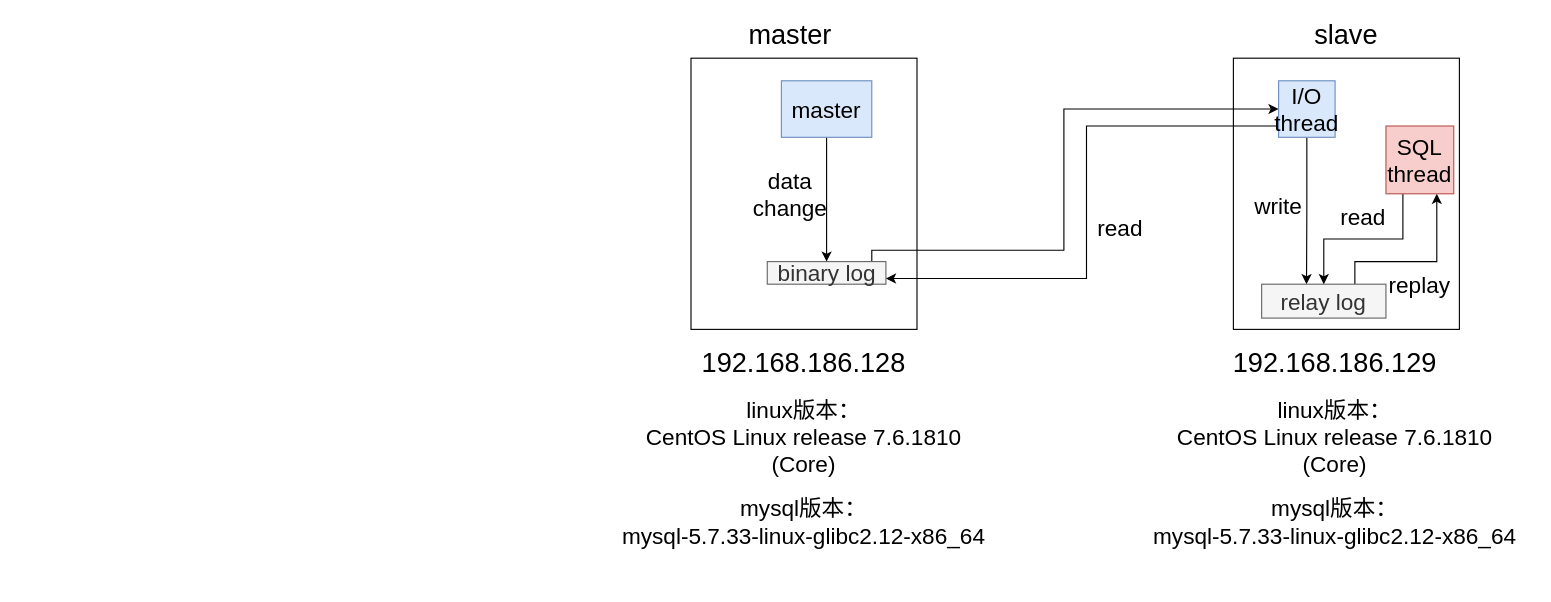
This is Untitled Diagram.drawio from wupei-w/diagrams, a draw.io file, before an edit. Source tidied: cells renumbered, new cells numbered last; positions are measured from the earlier drawing's top-left corner, leaving out a move shared by most shapes. Both pictures are drawn from the tidied source at 113%, with x=0, y=0 at pixel (555, 24).
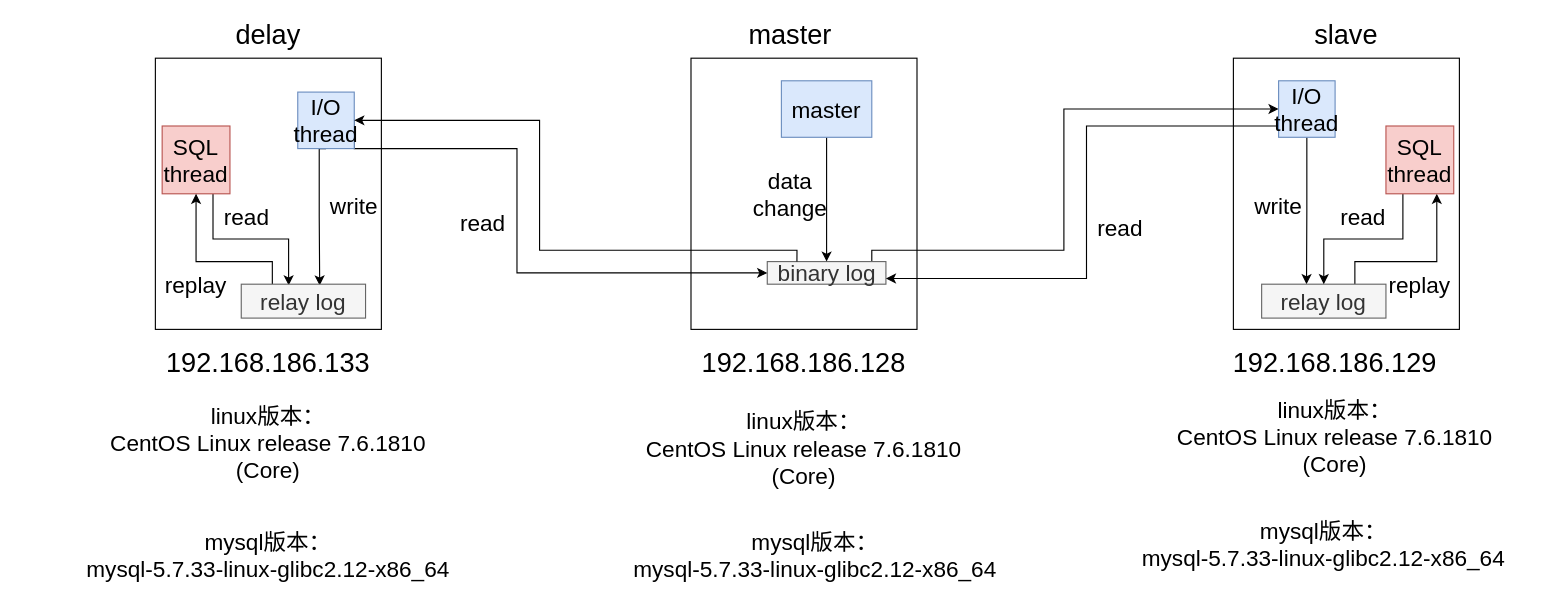
Above is the later version.

Commit message:
主从复制+延迟备份.drawio

The change refers to these unchanged cells:
```xml
<mxCell id="13" value="binary log" style="text;html=1;strokeColor=#666666;fillColor=#f5f5f5;align=center;verticalAlign=middle;whiteSpace=wrap;rounded=0;fontSize=20;fontColor=#333333;" parent="1" vertex="1">
  <mxGeometry x="187.5" y="210" width="105" height="20" as="geometry" />
</mxCell>
```

Change to the diagram source:
```diff
@@
     <mxCell id="8" value="&lt;div&gt;linux版本：&lt;/div&gt;&lt;div&gt;CentOS Linux release 7.6.1810 (Core) &lt;/div&gt;" style="text;html=1;strokeColor=none;fillColor=none;align=center;verticalAlign=middle;whiteSpace=wrap;rounded=0;fontSize=20;" parent="1" vertex="1">
-      <mxGeometry x="50" y="355" width="340" height="20" as="geometry" />
+      <mxGeometry x="50" y="365" width="340" height="20" as="geometry" />
     </mxCell>
     <mxCell id="9" value="&lt;div&gt;mysql版本：&lt;/div&gt;&lt;div&gt;mysql-5.7.33-linux-glibc2.12-x86_64&lt;/div&gt;" style="text;html=1;strokeColor=none;fillColor=none;align=center;verticalAlign=middle;whiteSpace=wrap;rounded=0;fontSize=20;" parent="1" vertex="1">
-      <mxGeometry y="430" width="440" height="20" as="geometry" />
+      <mxGeometry x="-474" y="460" width="440" height="20" as="geometry" />
     </mxCell>
@@
     <mxCell id="11" value="&lt;div&gt;mysql版本：&lt;/div&gt;&lt;div&gt;mysql-5.7.33-linux-glibc2.12-x86_64&lt;/div&gt;" style="text;whiteSpace=wrap;html=1;fontSize=20;align=center;" parent="1" vertex="1">
-      <mxGeometry x="515" y="410" width="350" height="40" as="geometry" />
+      <mxGeometry x="505" y="430" width="350" height="40" as="geometry" />
     </mxCell>
@@
+    <mxCell id="28" style="rounded=0;whiteSpace=wrap;html=1;" parent="1" vertex="1">
+      <mxGeometry x="-354" y="30" width="200" height="240" as="geometry" />
+    </mxCell>
+    <mxCell id="29" style="edgeStyle=orthogonalEdgeStyle;rounded=0;jettySize=auto;html=1;exitX=1;exitY=0.5;exitDx=0;exitDy=0;entryX=0;entryY=0.5;entryDx=0;entryDy=0;" parent="1" edge="1" source="31" target="13">
+      <mxGeometry relative="1" as="geometry">
+        <Array as="points">
+          <mxPoint x="-178" y="110" />
+          <mxPoint x="-34" y="110" />
+          <mxPoint x="-34" y="220" />
+        </Array>
+      </mxGeometry>
+    </mxCell>
+    <mxCell id="30" style="edgeStyle=orthogonalEdgeStyle;rounded=0;jettySize=auto;html=1;exitX=0.5;exitY=1;exitDx=0;exitDy=0;entryX=0.631;entryY=0.04;entryDx=0;entryDy=0;entryPerimeter=0;" parent="1" edge="1" source="31" target="35">
+      <mxGeometry relative="1" as="geometry">
+        <Array as="points">
+          <mxPoint x="-209" y="110" />
+          <mxPoint x="-209" y="170" />
+        </Array>
+      </mxGeometry>
+    </mxCell>
+    <mxCell id="31" value="I/O thread" style="rounded=0;whiteSpace=wrap;html=1;fontSize=20;align=center;fillColor=#dae8fc;strokeColor=#6c8ebf;" parent="1" vertex="1">
+      <mxGeometry x="-228" y="60" width="50" height="50" as="geometry" />
+    </mxCell>
+    <mxCell id="32" style="edgeStyle=orthogonalEdgeStyle;rounded=0;jettySize=auto;html=1;exitX=0.75;exitY=1;exitDx=0;exitDy=0;entryX=0.381;entryY=0.035;entryDx=0;entryDy=0;entryPerimeter=0;" parent="1" edge="1" source="33" target="35">
+      <mxGeometry relative="1" as="geometry" />
+    </mxCell>
+    <mxCell id="33" value="SQL thread" style="rounded=0;whiteSpace=wrap;html=1;fontSize=20;align=center;fillColor=#f8cecc;strokeColor=#b85450;" parent="1" vertex="1">
+      <mxGeometry x="-348" y="90" width="60" height="60" as="geometry" />
+    </mxCell>
+    <mxCell id="34" style="edgeStyle=orthogonalEdgeStyle;rounded=0;jettySize=auto;html=1;exitX=0.25;exitY=0;exitDx=0;exitDy=0;entryX=0.5;entryY=1;entryDx=0;entryDy=0;" parent="1" edge="1" source="35" target="33">
+      <mxGeometry relative="1" as="geometry">
+        <Array as="points">
+          <mxPoint x="-250" y="210" />
+          <mxPoint x="-318" y="210" />
+        </Array>
+      </mxGeometry>
+    </mxCell>
+    <mxCell id="35" value="relay log" style="rounded=0;whiteSpace=wrap;html=1;fontSize=20;align=center;fillColor=#f5f5f5;strokeColor=#666666;fontColor=#333333;" parent="1" vertex="1">
+      <mxGeometry x="-278" y="230" width="110" height="30" as="geometry" />
+    </mxCell>
+    <mxCell id="36" value="replay" style="text;html=1;strokeColor=none;fillColor=none;align=center;verticalAlign=middle;whiteSpace=wrap;rounded=0;fontSize=20;" parent="1" vertex="1">
+      <mxGeometry x="-343" y="225" width="50" height="10" as="geometry" />
+    </mxCell>
+    <mxCell id="37" value="read" style="text;html=1;strokeColor=none;fillColor=none;align=center;verticalAlign=middle;whiteSpace=wrap;rounded=0;fontSize=20;" parent="1" vertex="1">
+      <mxGeometry x="-84" y="165" width="40" height="20" as="geometry" />
+    </mxCell>
+    <mxCell id="38" style="edgeStyle=orthogonalEdgeStyle;rounded=0;jettySize=auto;html=1;exitX=0.25;exitY=0;exitDx=0;exitDy=0;entryX=1;entryY=0.5;entryDx=0;entryDy=0;" parent="1" edge="1" source="13" target="31">
+      <mxGeometry relative="1" as="geometry">
+        <Array as="points">
+          <mxPoint x="214" y="200" />
+          <mxPoint x="-14" y="200" />
+          <mxPoint x="-14" y="85" />
+          <mxPoint x="-178" y="85" />
+        </Array>
+      </mxGeometry>
+    </mxCell>
+    <mxCell id="39" value="read" style="text;html=1;strokeColor=none;fillColor=none;align=center;verticalAlign=middle;whiteSpace=wrap;rounded=0;fontSize=20;" parent="1" vertex="1">
+      <mxGeometry x="-293" y="160" width="40" height="20" as="geometry" />
+    </mxCell>
+    <mxCell id="40" value="write" style="text;html=1;strokeColor=none;fillColor=none;align=center;verticalAlign=middle;whiteSpace=wrap;rounded=0;fontSize=20;" parent="1" vertex="1">
+      <mxGeometry x="-198" y="150" width="40" height="20" as="geometry" />
+    </mxCell>
+    <mxCell id="41" value="delay" style="text;html=1;strokeColor=none;fillColor=none;align=center;verticalAlign=middle;whiteSpace=wrap;rounded=0;fontSize=24;" parent="1" vertex="1">
+      <mxGeometry x="-284" width="60" height="20" as="geometry" />
+    </mxCell>
+    <mxCell id="42" value="192.168.186.133" style="text;html=1;strokeColor=none;fillColor=none;align=center;verticalAlign=middle;whiteSpace=wrap;rounded=0;fontSize=24;" parent="1" vertex="1">
+      <mxGeometry x="-274" y="290" width="40" height="20" as="geometry" />
+    </mxCell>
+    <mxCell id="43" value="&lt;div&gt;linux版本：&lt;/div&gt;&lt;div&gt;CentOS Linux release 7.6.1810 (Core) &lt;/div&gt;" style="text;html=1;strokeColor=none;fillColor=none;align=center;verticalAlign=middle;whiteSpace=wrap;rounded=0;fontSize=20;" parent="1" vertex="1">
+      <mxGeometry x="-424" y="360" width="340" height="20" as="geometry" />
+    </mxCell>
+    <mxCell id="44" value="&lt;div&gt;mysql版本：&lt;/div&gt;&lt;div&gt;mysql-5.7.33-linux-glibc2.12-x86_64&lt;/div&gt;" style="text;html=1;strokeColor=none;fillColor=none;align=center;verticalAlign=middle;whiteSpace=wrap;rounded=0;fontSize=20;" parent="1" vertex="1">
+      <mxGeometry x="10" y="460" width="440" height="20" as="geometry" />
+    </mxCell>
```
